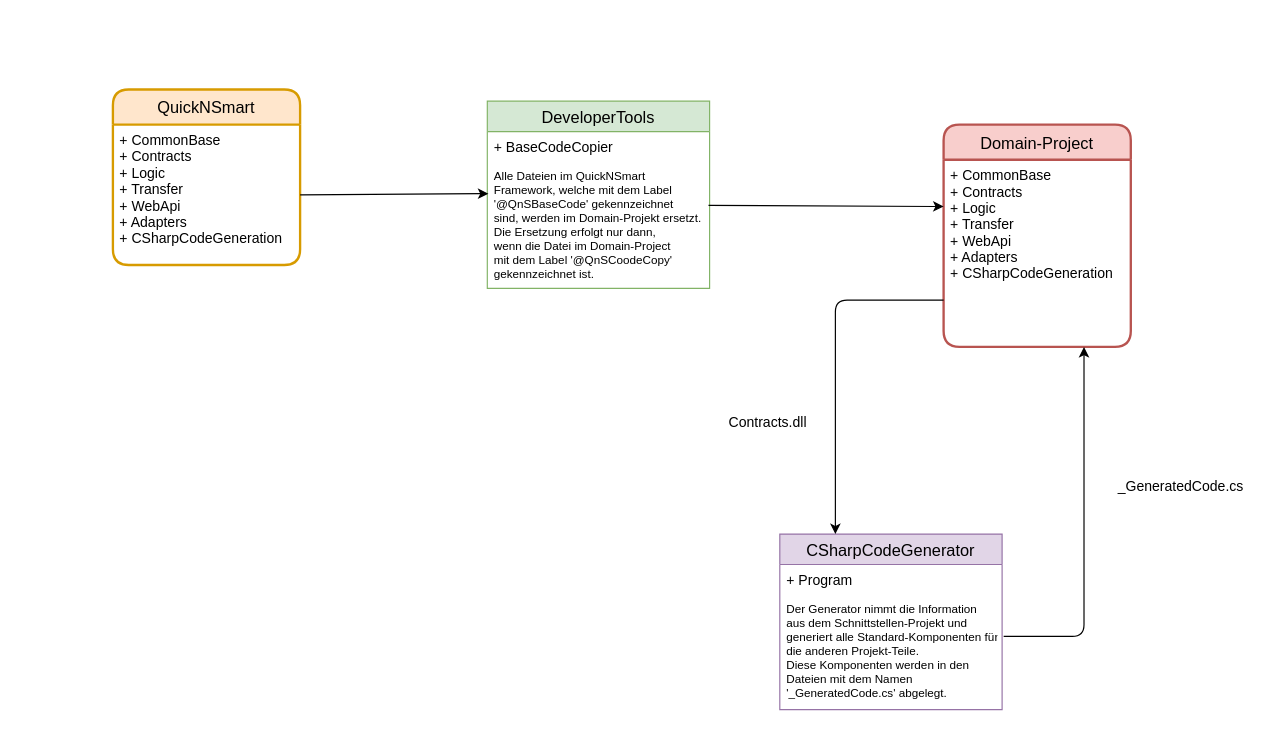
Before: SyncProjects.drawio in leoggehrer/CSSoftwareEngineering-SmartNQuick-Nullable, a draw.io diagram. Source tidied: cells renumbered, new cells numbered last; positions are measured from the earlier drawing's top-left corner, leaving out a move shared by most shapes. Both pictures are drawn from the tidied source at 117%, with x=0, y=0 at pixel (112, 89).
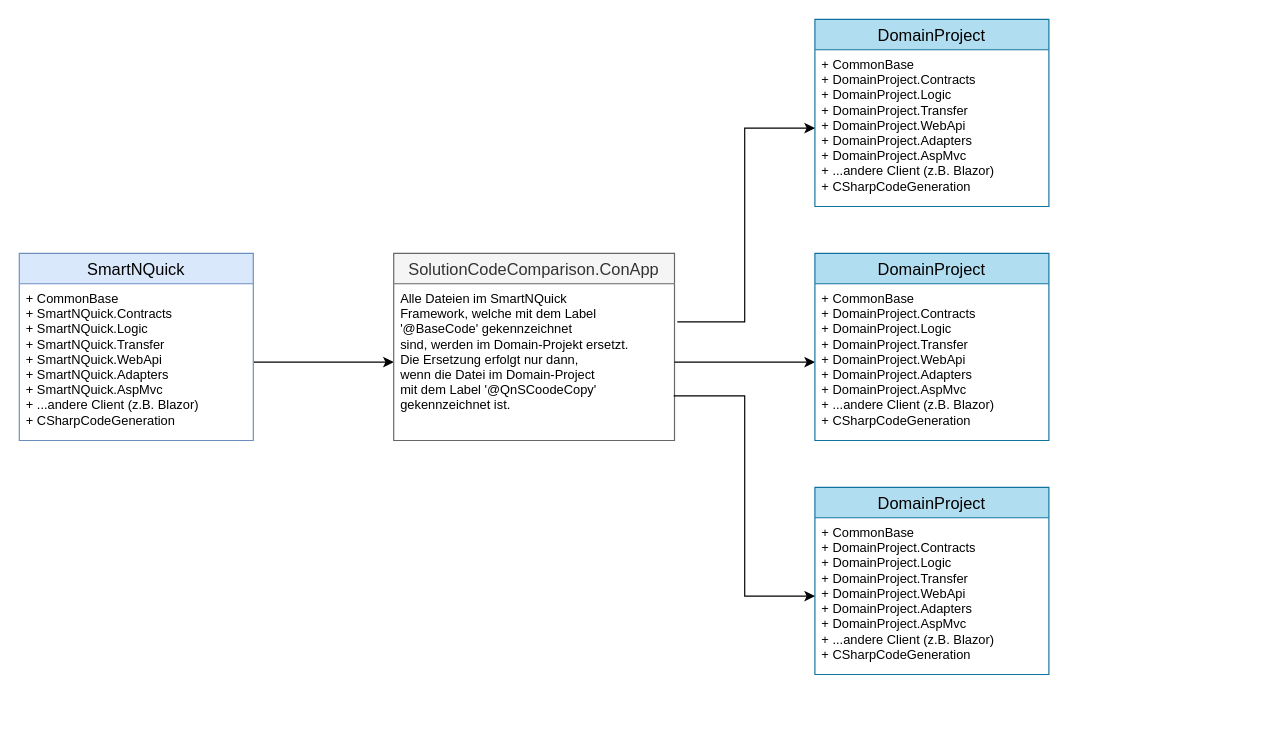
After the change.

The edit, as a diff of the source:
```diff
@@
 <mxGraphModel>
   <root>
     <mxCell id="0" />
     <mxCell id="1" parent="0" />
-    <mxCell id="2" value="QuickNSmart" style="swimlane;horizontal=1;startSize=30;fillColor=#ffe6cc;rounded=1;fontSize=14;fontStyle=0;strokeWidth=2;shadow=0;dashed=0;align=center;strokeColor=#d79b00;" parent="1" vertex="1">
-      <mxGeometry width="160" height="150" as="geometry" />
-    </mxCell>
-    <mxCell id="3" value="+ CommonBase&#10;+ Contracts&#10;+ Logic&#10;+ Transfer&#10;+ WebApi&#10;+ Adapters&#10;+ CSharpCodeGeneration" style="align=left;strokeColor=none;fillColor=none;spacingLeft=4;fontSize=12;verticalAlign=top;" parent="2" vertex="1">
-      <mxGeometry y="30" width="160" height="120" as="geometry" />
-    </mxCell>
-    <mxCell id="4" value="Domain-Project" style="swimlane;horizontal=1;startSize=30;fillColor=#f8cecc;rounded=1;fontSize=14;fontStyle=0;strokeWidth=2;shadow=0;dashed=0;align=center;strokeColor=#b85450;" parent="1" vertex="1">
-      <mxGeometry x="710" y="30" width="160" height="190" as="geometry" />
-    </mxCell>
-    <mxCell id="5" value="+ CommonBase&#10;+ Contracts&#10;+ Logic&#10;+ Transfer&#10;+ WebApi&#10;+ Adapters&#10;+ CSharpCodeGeneration" style="align=left;strokeColor=none;fillColor=none;spacingLeft=4;fontSize=12;verticalAlign=top;" parent="4" vertex="1">
-      <mxGeometry y="30" width="160" height="160" as="geometry" />
-    </mxCell>
-    <mxCell id="6" value="DeveloperTools" style="swimlane;fontStyle=0;horizontal=1;startSize=26;fillColor=#d5e8d4;swimlaneFillColor=#ffffff;align=center;fontSize=14;strokeColor=#82b366;" parent="1" vertex="1">
-      <mxGeometry x="320" y="10" width="190" height="160" as="geometry" />
-    </mxCell>
-    <mxCell id="7" value="+ BaseCodeCopier" style="text;strokeColor=none;fillColor=none;spacingLeft=4;spacingRight=4;overflow=hidden;fontSize=12;" parent="6" vertex="1">
-      <mxGeometry y="26" width="190" height="26" as="geometry" />
-    </mxCell>
-    <mxCell id="8" value="Alle Dateien im QuickNSmart &#10;Framework, welche mit dem Label &#10;'@QnSBaseCode' gekennzeichnet  &#10;sind, werden im Domain-Projekt ersetzt. &#10;Die Ersetzung erfolgt nur dann, &#10;wenn die Datei im Domain-Project &#10;mit dem Label '@QnSCoodeCopy' &#10;gekennzeichnet ist." style="text;strokeColor=none;fillColor=none;spacingLeft=4;spacingRight=4;overflow=hidden;points=[[0,0.5],[1,0.5]];portConstraint=eastwest;fontSize=10;" parent="6" vertex="1">
-      <mxGeometry y="52" width="190" height="108" as="geometry" />
-    </mxCell>
-    <mxCell id="9" style="endArrow=classic;html=1;fontSize=10;entryX=0.005;entryY=0.25;entryDx=0;entryDy=0;exitX=1;exitY=0.5;exitDx=0;exitDy=0;entryPerimeter=0;" parent="1" edge="1" source="3" target="8">
+    <mxCell id="9" style="endArrow=classic;html=1;fontSize=10;entryX=0;entryY=0.5;entryDx=0;entryDy=0;exitX=1;exitY=0.5;exitDx=0;exitDy=0;" parent="1" edge="1" source="19" target="21">
       <mxGeometry relative="1" as="geometry" />
     </mxCell>
-    <mxCell id="10" style="endArrow=classic;html=1;fontSize=10;exitX=0.995;exitY=0.343;exitDx=0;exitDy=0;entryX=0;entryY=0.25;entryDx=0;entryDy=0;exitPerimeter=0;" parent="1" edge="1" source="8" target="5">
-      <mxGeometry relative="1" as="geometry" />
-    </mxCell>
-    <mxCell id="11" value="CSharpCodeGenerator" style="swimlane;fontStyle=0;horizontal=1;startSize=26;fillColor=#e1d5e7;swimlaneFillColor=#ffffff;align=center;fontSize=14;strokeColor=#9673a6;" parent="1" vertex="1">
-      <mxGeometry x="570" y="380" width="190" height="150" as="geometry" />
-    </mxCell>
-    <mxCell id="12" value="+ Program" style="text;strokeColor=none;fillColor=none;spacingLeft=4;spacingRight=4;overflow=hidden;fontSize=12;" parent="11" vertex="1">
-      <mxGeometry y="26" width="190" height="26" as="geometry" />
-    </mxCell>
-    <mxCell id="13" value="Der Generator nimmt die Information &#10;aus dem Schnittstellen-Projekt und &#10;generiert alle Standard-Komponenten für &#10;die anderen Projekt-Teile. &#10;Diese Komponenten werden in den &#10;Dateien mit dem Namen &#10;'_GeneratedCode.cs' abgelegt." style="text;strokeColor=none;fillColor=none;spacingLeft=4;spacingRight=4;overflow=hidden;points=[[0,0.5],[1,0.5]];portConstraint=eastwest;fontSize=10;" parent="11" vertex="1">
-      <mxGeometry y="52" width="190" height="98" as="geometry" />
-    </mxCell>
-    <mxCell id="14" value="Contracts.dll" style="text;html=1;strokeColor=none;fillColor=none;align=center;verticalAlign=middle;whiteSpace=wrap;rounded=0;" parent="1" vertex="1">
-      <mxGeometry x="540" y="260" width="40" height="50" as="geometry" />
-    </mxCell>
-    <mxCell id="15" style="edgeStyle=segmentEdgeStyle;endArrow=classic;html=1;entryX=0.75;entryY=1;entryDx=0;entryDy=0;exitX=1.007;exitY=0.361;exitDx=0;exitDy=0;exitPerimeter=0;" parent="1" edge="1" source="13" target="5">
-      <mxGeometry relative="1" as="geometry" />
-    </mxCell>
-    <mxCell id="16" value="_GeneratedCode.cs" style="text;html=1;strokeColor=none;fillColor=none;align=center;verticalAlign=middle;whiteSpace=wrap;rounded=0;" parent="1" vertex="1">
-      <mxGeometry x="910" y="330" width="6" height="20" as="geometry" />
-    </mxCell>
-    <mxCell id="17" style="edgeStyle=segmentEdgeStyle;endArrow=classic;html=1;exitX=0;exitY=0.75;exitDx=0;exitDy=0;entryX=0.25;entryY=0;entryDx=0;entryDy=0;" parent="1" edge="1" source="5" target="11">
-      <mxGeometry relative="1" as="geometry" />
-    </mxCell>
+    <mxCell id="18" value="SmartNQuick" style="swimlane;fontStyle=0;horizontal=1;startSize=26;fillColor=#dae8fc;swimlaneFillColor=#ffffff;align=center;fontSize=14;strokeColor=#6c8ebf;" parent="1" vertex="1">
+      <mxGeometry x="-80" y="140" width="200" height="160" as="geometry" />
+    </mxCell>
+    <mxCell id="19" value="+ CommonBase&#10;+ SmartNQuick.Contracts&#10;+ SmartNQuick.Logic&#10;+ SmartNQuick.Transfer&#10;+ SmartNQuick.WebApi&#10;+ SmartNQuick.Adapters&#10;+ SmartNQuick.AspMvc&#10;+ ...andere Client (z.B. Blazor)&#10;+ CSharpCodeGeneration" style="text;strokeColor=none;fillColor=none;spacingLeft=4;spacingRight=4;overflow=hidden;points=[[0,0.5],[1,0.5]];portConstraint=eastwest;fontSize=11;" parent="18" vertex="1">
+      <mxGeometry y="26" width="200" height="134" as="geometry" />
+    </mxCell>
+    <mxCell id="20" value="SolutionCodeComparison.ConApp" style="swimlane;fontStyle=0;horizontal=1;startSize=26;fillColor=#f5f5f5;swimlaneFillColor=#ffffff;align=center;fontSize=14;strokeColor=#666666;fontColor=#333333;" parent="1" vertex="1">
+      <mxGeometry x="240" y="140" width="240" height="160" as="geometry" />
+    </mxCell>
+    <mxCell id="21" value="Alle Dateien im SmartNQuick&#10;Framework, welche mit dem Label&#10;'@BaseCode' gekennzeichnet  &#10;sind, werden im Domain-Projekt ersetzt. &#10;Die Ersetzung erfolgt nur dann,&#10;wenn die Datei im Domain-Project&#10;mit dem Label '@QnSCoodeCopy' &#10;gekennzeichnet ist." style="text;strokeColor=none;fillColor=none;spacingLeft=4;spacingRight=4;overflow=hidden;points=[[0,0.5],[1,0.5]];portConstraint=eastwest;fontSize=11;fontStyle=0;" parent="20" vertex="1">
+      <mxGeometry y="26" width="240" height="134" as="geometry" />
+    </mxCell>
+    <mxCell id="22" value="DomainProject" style="swimlane;fontStyle=0;horizontal=1;startSize=26;fillColor=#b1ddf0;swimlaneFillColor=#ffffff;align=center;fontSize=14;strokeColor=#10739e;" parent="1" vertex="1">
+      <mxGeometry x="600" y="-60" width="200" height="160" as="geometry" />
+    </mxCell>
+    <mxCell id="23" value="+ CommonBase&#10;+ DomainProject.Contracts&#10;+ DomainProject.Logic&#10;+ DomainProject.Transfer&#10;+ DomainProject.WebApi&#10;+ DomainProject.Adapters&#10;+ DomainProject.AspMvc&#10;+ ...andere Client (z.B. Blazor)&#10;+ CSharpCodeGeneration" style="text;strokeColor=none;fillColor=none;spacingLeft=4;spacingRight=4;overflow=hidden;points=[[0,0.5],[1,0.5]];portConstraint=eastwest;fontSize=11;" parent="22" vertex="1">
+      <mxGeometry y="26" width="200" height="134" as="geometry" />
+    </mxCell>
+    <mxCell id="24" style="endArrow=classic;html=1;fontSize=10;entryX=0;entryY=0.5;entryDx=0;entryDy=0;exitX=1;exitY=0.5;exitDx=0;exitDy=0;" parent="1" edge="1" source="21" target="26">
+      <mxGeometry relative="1" as="geometry" />
+    </mxCell>
+    <mxCell id="25" value="DomainProject" style="swimlane;fontStyle=0;horizontal=1;startSize=26;fillColor=#b1ddf0;swimlaneFillColor=#ffffff;align=center;fontSize=14;strokeColor=#10739e;" parent="1" vertex="1">
+      <mxGeometry x="600" y="140" width="200" height="160" as="geometry" />
+    </mxCell>
+    <mxCell id="26" value="+ CommonBase&#10;+ DomainProject.Contracts&#10;+ DomainProject.Logic&#10;+ DomainProject.Transfer&#10;+ DomainProject.WebApi&#10;+ DomainProject.Adapters&#10;+ DomainProject.AspMvc&#10;+ ...andere Client (z.B. Blazor)&#10;+ CSharpCodeGeneration" style="text;strokeColor=none;fillColor=none;spacingLeft=4;spacingRight=4;overflow=hidden;points=[[0,0.5],[1,0.5]];portConstraint=eastwest;fontSize=11;" parent="25" vertex="1">
+      <mxGeometry y="26" width="200" height="134" as="geometry" />
+    </mxCell>
+    <mxCell id="27" value="DomainProject" style="swimlane;fontStyle=0;horizontal=1;startSize=26;fillColor=#b1ddf0;swimlaneFillColor=#ffffff;align=center;fontSize=14;strokeColor=#10739e;" parent="1" vertex="1">
+      <mxGeometry x="600" y="340" width="200" height="160" as="geometry" />
+    </mxCell>
+    <mxCell id="28" value="+ CommonBase&#10;+ DomainProject.Contracts&#10;+ DomainProject.Logic&#10;+ DomainProject.Transfer&#10;+ DomainProject.WebApi&#10;+ DomainProject.Adapters&#10;+ DomainProject.AspMvc&#10;+ ...andere Client (z.B. Blazor)&#10;+ CSharpCodeGeneration" style="text;strokeColor=none;fillColor=none;spacingLeft=4;spacingRight=4;overflow=hidden;points=[[0,0.5],[1,0.5]];portConstraint=eastwest;fontSize=11;" parent="27" vertex="1">
+      <mxGeometry y="26" width="200" height="134" as="geometry" />
+    </mxCell>
+    <mxCell id="29" style="endArrow=classic;html=1;rounded=0;edgeStyle=orthogonalEdgeStyle;entryX=0;entryY=0.5;entryDx=0;entryDy=0;exitX=0.997;exitY=0.715;exitDx=0;exitDy=0;exitPerimeter=0;" parent="1" edge="1" source="21" target="28">
+      <mxGeometry relative="1" as="geometry" />
+    </mxCell>
+    <mxCell id="30" style="endArrow=classic;html=1;rounded=0;edgeStyle=orthogonalEdgeStyle;entryX=0;entryY=0.5;entryDx=0;entryDy=0;exitX=1.01;exitY=0.243;exitDx=0;exitDy=0;exitPerimeter=0;" parent="1" edge="1" source="21" target="23">
+      <mxGeometry relative="1" as="geometry" />
+    </mxCell>
   </root>
 </mxGraphModel>
```
